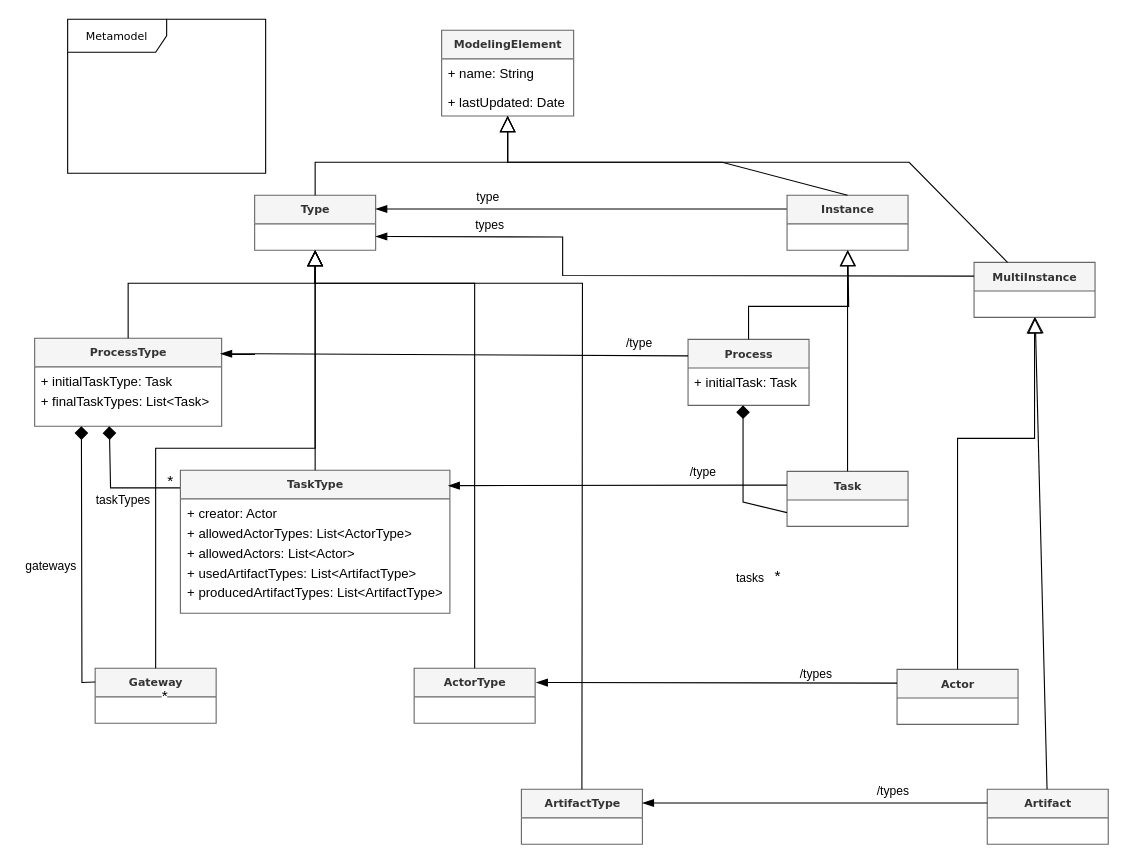
Above: Figures/Metamodel.drawio in labsticc-p4s/multi-process-challenge (draw.io), before the change. Source tidied: cells renumbered, new cells numbered last; positions are measured from the earlier drawing's top-left corner, leaving out a move shared by most shapes. Both pictures are drawn from the tidied source at 110%, with x=0, y=0 at pixel (19, 19).
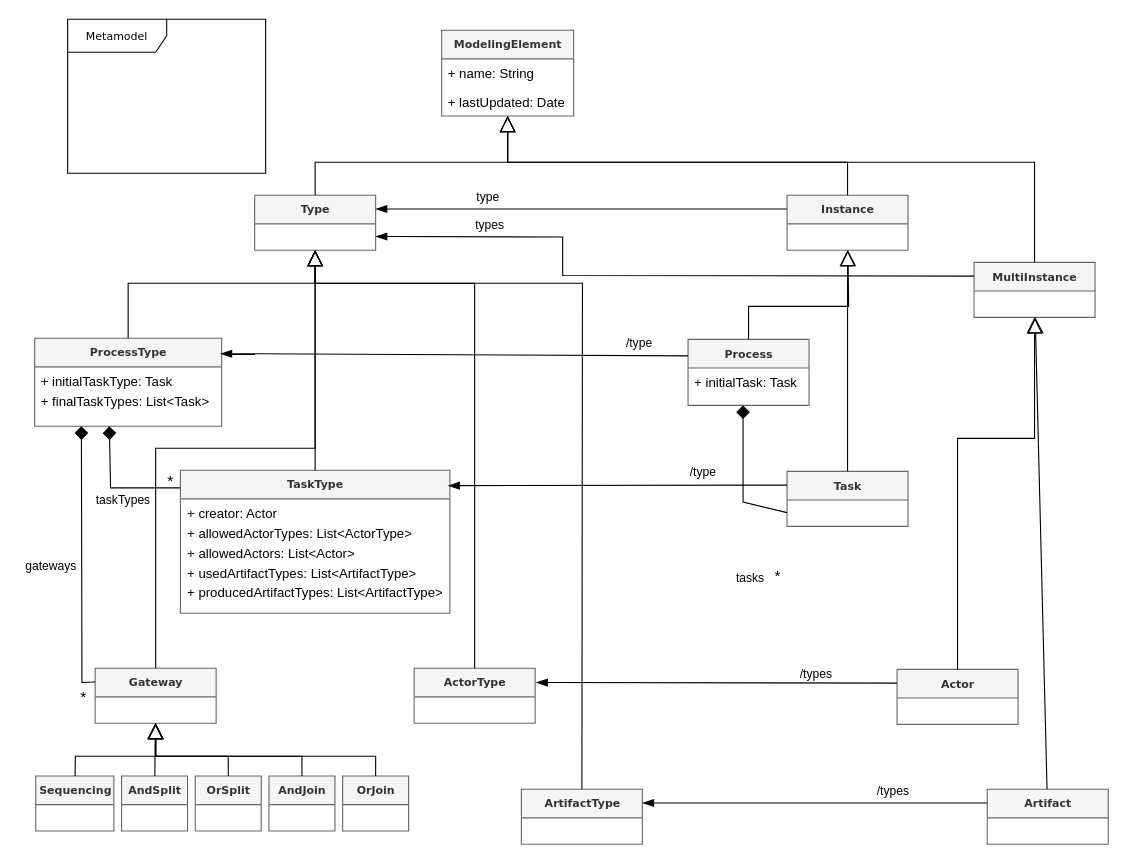
After the change.

The change refers to these unchanged cells:
```xml
<mxCell id="4" value="&lt;b&gt;ModelingElement&lt;/b&gt;" style="swimlane;html=1;fontStyle=0;horizontal=1;startSize=26;fillColor=#f5f5f5;swimlaneFillColor=#ffffff;rounded=0;shadow=0;comic=0;labelBackgroundColor=none;strokeWidth=1;fontFamily=Verdana;fontSize=10;align=center;strokeColor=#666666;fontColor=#333333;" parent="1" vertex="1">
  <mxGeometry x="384" y="10" width="120" height="78" as="geometry" />
</mxCell>
<mxCell id="9" value="&lt;b&gt;Instance&lt;/b&gt;" style="swimlane;html=1;fontStyle=0;horizontal=1;startSize=26;fillColor=#f5f5f5;swimlaneFillColor=#ffffff;rounded=0;shadow=0;comic=0;labelBackgroundColor=none;strokeWidth=1;fontFamily=Verdana;fontSize=10;align=center;strokeColor=#666666;fontColor=#333333;" parent="1" vertex="1">
  <mxGeometry x="698" y="160" width="110" height="50" as="geometry" />
</mxCell>
<mxCell id="10" value="&lt;div&gt;&lt;b&gt;MultiInstance&lt;/b&gt;&lt;/div&gt;" style="swimlane;html=1;fontStyle=0;horizontal=1;startSize=26;fillColor=#f5f5f5;swimlaneFillColor=#ffffff;rounded=0;shadow=0;comic=0;labelBackgroundColor=none;strokeWidth=1;fontFamily=Verdana;fontSize=10;align=center;strokeColor=#666666;fontColor=#333333;" parent="1" vertex="1">
  <mxGeometry x="868" y="221" width="110" height="50" as="geometry" />
</mxCell>
<mxCell id="29" value="&lt;b&gt;Gateway&lt;/b&gt;" style="swimlane;html=1;fontStyle=0;horizontal=1;startSize=26;fillColor=#f5f5f5;swimlaneFillColor=#ffffff;rounded=0;shadow=0;comic=0;labelBackgroundColor=none;strokeWidth=1;fontFamily=Verdana;fontSize=10;align=center;strokeColor=#666666;fontColor=#333333;" parent="1" vertex="1">
  <mxGeometry x="69" y="590" width="110" height="50" as="geometry" />
</mxCell>
```

Diff of the diagram source:
```diff
@@
     <mxCell id="12" style="endArrow=block;endSize=12;endFill=0;html=1;exitX=0.5;exitY=0;exitDx=0;exitDy=0;rounded=0;" parent="1" edge="1" source="9" target="4">
       <mxGeometry relative="1" as="geometry">
         <Array as="points">
-          <mxPoint x="639" y="130" />
+          <mxPoint x="753" y="130" />
           <mxPoint x="444" y="130" />
         </Array>
       </mxGeometry>
     </mxCell>
     <mxCell id="13" style="endArrow=block;endSize=12;endFill=0;html=1;rounded=0;" parent="1" edge="1" source="10" target="4">
       <mxGeometry relative="1" as="geometry">
         <Array as="points">
-          <mxPoint x="809" y="130" />
+          <mxPoint x="923" y="130" />
           <mxPoint x="444" y="130" />
         </Array>
       </mxGeometry>
     </mxCell>
@@
     <mxCell id="37" value="&lt;font style=&quot;font-size: 14px&quot;&gt;*&lt;/font&gt;" style="edgeLabel;html=1;align=left;verticalAlign=bottom;" parent="1" vertex="1">
-      <mxGeometry x="124" y="640" as="geometry">
+      <mxGeometry x="50" y="641" as="geometry">
         <mxPoint x="4" y="-15" as="offset" />
       </mxGeometry>
     </mxCell>
@@
+    <mxCell id="59" value="&lt;b&gt;Sequencing&lt;/b&gt;" style="swimlane;html=1;fontStyle=0;horizontal=1;startSize=26;fillColor=#f5f5f5;swimlaneFillColor=#ffffff;rounded=0;shadow=0;comic=0;labelBackgroundColor=none;strokeWidth=1;fontFamily=Verdana;fontSize=10;align=center;strokeColor=#666666;fontColor=#333333;" parent="1" vertex="1">
+      <mxGeometry x="15" y="688" width="71" height="50" as="geometry" />
+    </mxCell>
+    <mxCell id="60" value="&lt;b&gt;AndSplit&lt;/b&gt;" style="swimlane;html=1;fontStyle=0;horizontal=1;startSize=26;fillColor=#f5f5f5;swimlaneFillColor=#ffffff;rounded=0;shadow=0;comic=0;labelBackgroundColor=none;strokeWidth=1;fontFamily=Verdana;fontSize=10;align=center;strokeColor=#666666;fontColor=#333333;" parent="1" vertex="1">
+      <mxGeometry x="93" y="688" width="60" height="50" as="geometry" />
+    </mxCell>
+    <mxCell id="61" value="&lt;b&gt;OrSplit&lt;/b&gt;" style="swimlane;html=1;fontStyle=0;horizontal=1;startSize=26;fillColor=#f5f5f5;swimlaneFillColor=#ffffff;rounded=0;shadow=0;comic=0;labelBackgroundColor=none;strokeWidth=1;fontFamily=Verdana;fontSize=10;align=center;strokeColor=#666666;fontColor=#333333;" parent="1" vertex="1">
+      <mxGeometry x="160" y="688" width="60" height="50" as="geometry" />
+    </mxCell>
+    <mxCell id="62" value="&lt;b&gt;AndJoin&lt;/b&gt;" style="swimlane;html=1;fontStyle=0;horizontal=1;startSize=26;fillColor=#f5f5f5;swimlaneFillColor=#ffffff;rounded=0;shadow=0;comic=0;labelBackgroundColor=none;strokeWidth=1;fontFamily=Verdana;fontSize=10;align=center;strokeColor=#666666;fontColor=#333333;" parent="1" vertex="1">
+      <mxGeometry x="227" y="688" width="60" height="50" as="geometry" />
+    </mxCell>
+    <mxCell id="63" value="&lt;b&gt;OrJoin&lt;/b&gt;" style="swimlane;html=1;fontStyle=0;horizontal=1;startSize=26;fillColor=#f5f5f5;swimlaneFillColor=#ffffff;rounded=0;shadow=0;comic=0;labelBackgroundColor=none;strokeWidth=1;fontFamily=Verdana;fontSize=10;align=center;strokeColor=#666666;fontColor=#333333;" parent="1" vertex="1">
+      <mxGeometry x="294" y="688" width="60" height="50" as="geometry" />
+    </mxCell>
+    <mxCell id="64" style="endArrow=block;endSize=12;endFill=0;html=1;rounded=0;" parent="1" edge="1" source="59" target="29">
+      <mxGeometry relative="1" as="geometry">
+        <Array as="points">
+          <mxPoint x="51" y="670" />
+          <mxPoint x="124" y="670" />
+        </Array>
+      </mxGeometry>
+    </mxCell>
+    <mxCell id="65" style="endArrow=block;endSize=12;endFill=0;html=1;rounded=0;" parent="1" edge="1" source="60" target="29">
+      <mxGeometry relative="1" as="geometry" />
+    </mxCell>
+    <mxCell id="66" style="endArrow=block;endSize=12;endFill=0;html=1;rounded=0;" parent="1" edge="1" source="61" target="29">
+      <mxGeometry relative="1" as="geometry">
+        <Array as="points">
+          <mxPoint x="190" y="670" />
+          <mxPoint x="124" y="670" />
+        </Array>
+      </mxGeometry>
+    </mxCell>
+    <mxCell id="67" style="endArrow=block;endSize=12;endFill=0;html=1;rounded=0;" parent="1" edge="1" source="62" target="29">
+      <mxGeometry relative="1" as="geometry">
+        <Array as="points">
+          <mxPoint x="257" y="670" />
+          <mxPoint x="124" y="670" />
+        </Array>
+      </mxGeometry>
+    </mxCell>
+    <mxCell id="68" style="endArrow=block;endSize=12;endFill=0;html=1;rounded=0;" parent="1" edge="1" source="63" target="29">
+      <mxGeometry relative="1" as="geometry">
+        <Array as="points">
+          <mxPoint x="324" y="670" />
+          <mxPoint x="124" y="670" />
+        </Array>
+      </mxGeometry>
+    </mxCell>
```
